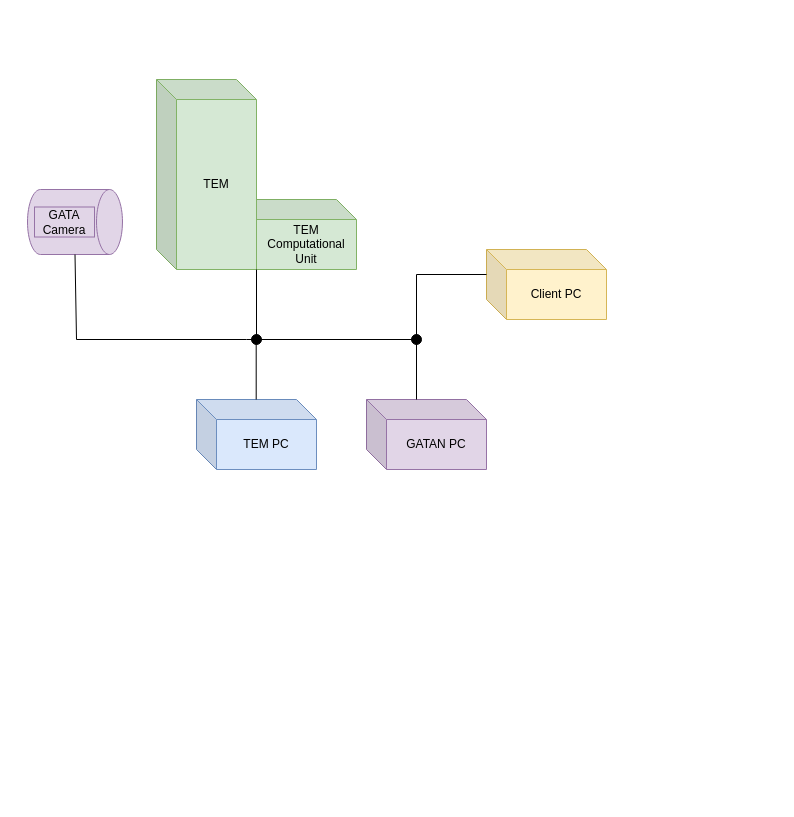
JB-Loco/JB-Loco keeps this draw.io diagram as Untitled Diagram.drawio. Above is the earlier version. Source tidied: cells renumbered, new cells numbered last; positions are measured from the earlier drawing's top-left corner, leaving out a move shared by most shapes. Both pictures are drawn from the tidied source at 100%, with x=0, y=0 at pixel (34, 79).
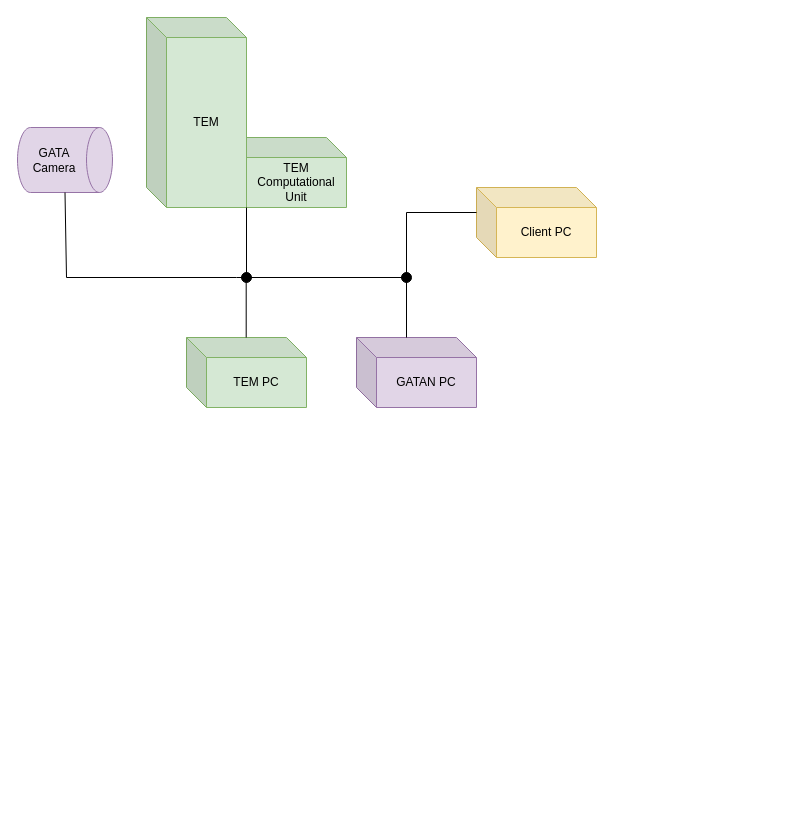
The same diagram, later.

Diff of the diagram source:
```diff
@@
+    <mxCell id="20" style="group;" parent="1" vertex="1">
+      <mxGeometry x="-10" y="-62" width="572" height="390" as="geometry" />
+    </mxCell>
-    <mxCell id="2" value="TEM PC" style="shape=cube;whiteSpace=wrap;html=1;boundedLbl=1;backgroundOutline=1;darkOpacity=0.05;darkOpacity2=0.1;fillColor=#dae8fc;strokeColor=#6c8ebf;" parent="1" vertex="1">
+    <mxCell id="2" value="TEM PC" style="shape=cube;whiteSpace=wrap;html=1;boundedLbl=1;backgroundOutline=1;darkOpacity=0.05;darkOpacity2=0.1;fillColor=#d5e8d4;strokeColor=#82b366;" parent="20" vertex="1">
       <mxGeometry x="162" y="320" width="120" height="70" as="geometry" />
     </mxCell>
-    <mxCell id="3" value="GATAN PC" style="shape=cube;whiteSpace=wrap;html=1;boundedLbl=1;backgroundOutline=1;darkOpacity=0.05;darkOpacity2=0.1;fillColor=#e1d5e7;strokeColor=#9673a6;" parent="1" vertex="1">
+    <mxCell id="3" value="GATAN PC" style="shape=cube;whiteSpace=wrap;html=1;boundedLbl=1;backgroundOutline=1;darkOpacity=0.05;darkOpacity2=0.1;fillColor=#e1d5e7;strokeColor=#9673a6;" parent="20" vertex="1">
       <mxGeometry x="332" y="320" width="120" height="70" as="geometry" />
     </mxCell>
-    <mxCell id="4" value="TEM Computational Unit" style="shape=cube;whiteSpace=wrap;html=1;boundedLbl=1;backgroundOutline=1;darkOpacity=0.05;darkOpacity2=0.1;fillColor=#d5e8d4;strokeColor=#82b366;" parent="1" vertex="1">
+    <mxCell id="4" value="TEM Computational Unit" style="shape=cube;whiteSpace=wrap;html=1;boundedLbl=1;backgroundOutline=1;darkOpacity=0.05;darkOpacity2=0.1;fillColor=#d5e8d4;strokeColor=#82b366;" parent="20" vertex="1">
       <mxGeometry x="202" y="120" width="120" height="70" as="geometry" />
     </mxCell>
-    <mxCell id="5" value="TEM" style="shape=cube;whiteSpace=wrap;html=1;boundedLbl=1;backgroundOutline=1;darkOpacity=0.05;darkOpacity2=0.1;fillColor=#d5e8d4;strokeColor=#82b366;" parent="1" vertex="1">
+    <mxCell id="5" value="TEM" style="shape=cube;whiteSpace=wrap;html=1;boundedLbl=1;backgroundOutline=1;darkOpacity=0.05;darkOpacity2=0.1;fillColor=#d5e8d4;strokeColor=#82b366;" parent="20" vertex="1">
       <mxGeometry x="122" width="100" height="190" as="geometry" />
     </mxCell>
-    <mxCell id="6" style="shape=cylinder3;whiteSpace=wrap;html=1;boundedLbl=1;backgroundOutline=1;size=13;rotation=90;fillColor=#e1d5e7;strokeColor=#9673a6;" parent="1" vertex="1">
+    <mxCell id="6" style="shape=cylinder3;whiteSpace=wrap;html=1;boundedLbl=1;backgroundOutline=1;size=13;rotation=90;fillColor=#e1d5e7;strokeColor=#9673a6;" parent="20" vertex="1">
       <mxGeometry x="8" y="95" width="65" height="95" as="geometry" />
     </mxCell>
-    <mxCell id="7" value="Client PC" style="shape=cube;whiteSpace=wrap;html=1;boundedLbl=1;backgroundOutline=1;darkOpacity=0.05;darkOpacity2=0.1;size=20;fillColor=#fff2cc;strokeColor=#d6b656;" parent="1" vertex="1">
+    <mxCell id="7" value="Client PC" style="shape=cube;whiteSpace=wrap;html=1;boundedLbl=1;backgroundOutline=1;darkOpacity=0.05;darkOpacity2=0.1;size=20;fillColor=#fff2cc;strokeColor=#d6b656;" parent="20" vertex="1">
       <mxGeometry x="452" y="170" width="120" height="70" as="geometry" />
     </mxCell>
-    <mxCell id="8" value="GATA Camera" style="text;html=1;whiteSpace=wrap;strokeColor=#9673a6;fillColor=#e1d5e7;align=center;verticalAlign=middle;rounded=0;" parent="1" vertex="1">
+    <mxCell id="8" value="GATA Camera" style="text;html=1;whiteSpace=wrap;strokeColor=none;fillColor=#e1d5e7;align=center;verticalAlign=middle;rounded=0;labelBorderColor=none;" parent="20" vertex="1">
       <mxGeometry y="127.5" width="60" height="30" as="geometry" />
     </mxCell>
-    <mxCell id="9" style="endArrow=none;html=1;rounded=0;" parent="1" edge="1">
+    <mxCell id="9" style="endArrow=none;html=1;rounded=0;strokeColor=light-dark(#000000,#000000);" parent="20" edge="1">
       <mxGeometry relative="1" as="geometry">
         <mxPoint x="212" y="260" as="sourcePoint" />
         <mxPoint x="382" y="260" as="targetPoint" />
       </mxGeometry>
     </mxCell>
-    <mxCell id="10" style="endArrow=none;html=1;rounded=0;exitX=0;exitY=0;exitDx=50;exitDy=0;exitPerimeter=0;" parent="1" edge="1" source="3">
+    <mxCell id="10" style="endArrow=none;html=1;rounded=0;exitX=0;exitY=0;exitDx=50;exitDy=0;exitPerimeter=0;strokeColor=light-dark(#000000,#000000);" parent="20" edge="1" source="3">
       <mxGeometry relative="1" as="geometry">
         <mxPoint x="382" y="260" as="targetPoint" />
       </mxGeometry>
     </mxCell>
-    <mxCell id="11" style="endArrow=none;html=1;rounded=0;exitX=0;exitY=0;exitDx=50;exitDy=0;exitPerimeter=0;" parent="1" edge="1">
+    <mxCell id="11" style="endArrow=none;html=1;rounded=0;exitX=0;exitY=0;exitDx=50;exitDy=0;exitPerimeter=0;strokeColor=light-dark(#000000,#000000);" parent="20" edge="1">
       <mxGeometry relative="1" as="geometry">
         <mxPoint x="221.7" y="320" as="sourcePoint" />
         <mxPoint x="221.7" y="260" as="targetPoint" />
       </mxGeometry>
     </mxCell>
-    <mxCell id="12" style="endArrow=none;html=1;rounded=0;entryX=0;entryY=0;entryDx=0;entryDy=25;entryPerimeter=0;" parent="1" edge="1" target="7">
+    <mxCell id="12" style="endArrow=none;html=1;rounded=0;entryX=0;entryY=0;entryDx=0;entryDy=25;entryPerimeter=0;strokeColor=light-dark(#000000,#000000);" parent="20" edge="1" target="7">
       <mxGeometry relative="1" as="geometry">
         <mxPoint x="382" y="195" as="sourcePoint" />
       </mxGeometry>
     </mxCell>
-    <mxCell id="13" style="endArrow=none;html=1;rounded=0;" parent="1" edge="1">
+    <mxCell id="13" style="endArrow=none;html=1;rounded=0;strokeColor=light-dark(#000000,#000000);" parent="20" edge="1">
       <mxGeometry relative="1" as="geometry">
         <mxPoint x="382" y="195" as="sourcePoint" />
         <mxPoint x="382" y="265" as="targetPoint" />
       </mxGeometry>
     </mxCell>
-    <mxCell id="14" style="endArrow=none;html=1;rounded=0;" parent="1" edge="1">
+    <mxCell id="14" style="endArrow=none;html=1;rounded=0;strokeColor=light-dark(#000000,#000000);" parent="20" edge="1">
       <mxGeometry relative="1" as="geometry">
         <mxPoint x="212" y="260" as="sourcePoint" />
         <mxPoint x="42" y="260" as="targetPoint" />
       </mxGeometry>
     </mxCell>
-    <mxCell id="15" style="endArrow=none;html=1;rounded=0;exitX=1;exitY=0.5;exitDx=0;exitDy=0;exitPerimeter=0;" parent="1" edge="1" source="6">
+    <mxCell id="15" style="endArrow=none;html=1;rounded=0;exitX=1;exitY=0.5;exitDx=0;exitDy=0;exitPerimeter=0;strokeColor=light-dark(#000000,#000000);" parent="20" edge="1" source="6">
       <mxGeometry relative="1" as="geometry">
         <mxPoint x="42" y="260" as="targetPoint" />
       </mxGeometry>
     </mxCell>
-    <mxCell id="16" style="endArrow=none;html=1;rounded=0;" parent="1" edge="1">
+    <mxCell id="16" style="endArrow=none;html=1;rounded=0;strokeColor=light-dark(#000000,#000000);" parent="20" edge="1">
       <mxGeometry relative="1" as="geometry">
         <mxPoint x="222" y="190" as="sourcePoint" />
         <mxPoint x="222" y="260" as="targetPoint" />
       </mxGeometry>
     </mxCell>
-    <mxCell id="17" style="ellipse;whiteSpace=wrap;html=1;shapeInside=1;fillColor=light-dark(#000000,#FFFFFF);fillStyle=auto;" parent="1" vertex="1">
+    <mxCell id="17" style="ellipse;whiteSpace=wrap;html=1;shapeInside=1;fillColor=light-dark(#000000,#000000);fillStyle=auto;strokeColor=light-dark(#000000,#000000);" parent="20" vertex="1">
       <mxGeometry x="217" y="255" width="10" height="10" as="geometry" />
     </mxCell>
-    <mxCell id="18" style="ellipse;whiteSpace=wrap;html=1;shapeInside=1;fillColor=light-dark(#000000,#FFFFFF);fillStyle=auto;" parent="1" vertex="1">
+    <mxCell id="18" style="ellipse;whiteSpace=wrap;html=1;shapeInside=1;fillColor=light-dark(#000000,#000000);fillStyle=auto;strokeColor=light-dark(#000000,#000000);" parent="20" vertex="1">
       <mxGeometry x="377" y="255" width="10" height="10" as="geometry" />
     </mxCell>
-    <mxCell id="19" value="&amp;nbsp;" style="text;whiteSpace=wrap;html=1;" parent="1" vertex="1">
-      <mxGeometry x="702" y="680" width="40" height="40" as="geometry" />
-    </mxCell>
```
